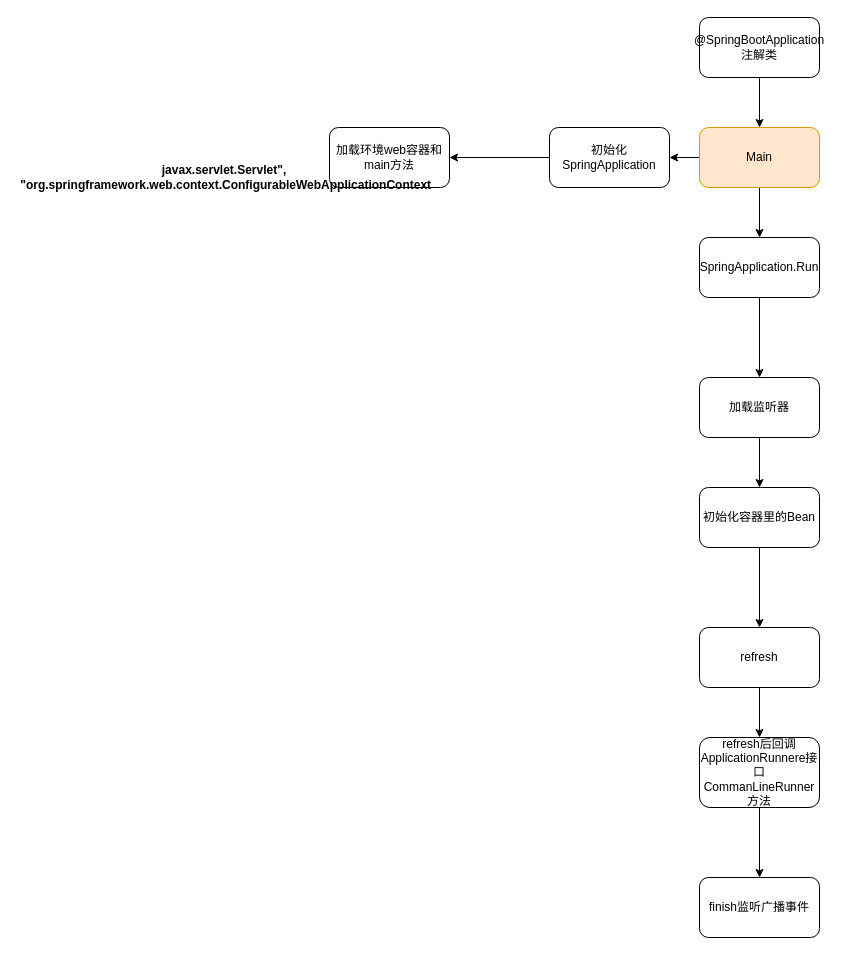
Before: Untitled Diagram.drawio in zhanshenzhi2008/diagrams, a draw.io diagram. Source tidied: cells renumbered, new cells numbered last; positions are measured from the earlier drawing's top-left corner, leaving out a move shared by most shapes. Both pictures are drawn from the tidied source at 100%, with x=0, y=0 at pixel (119, 17).
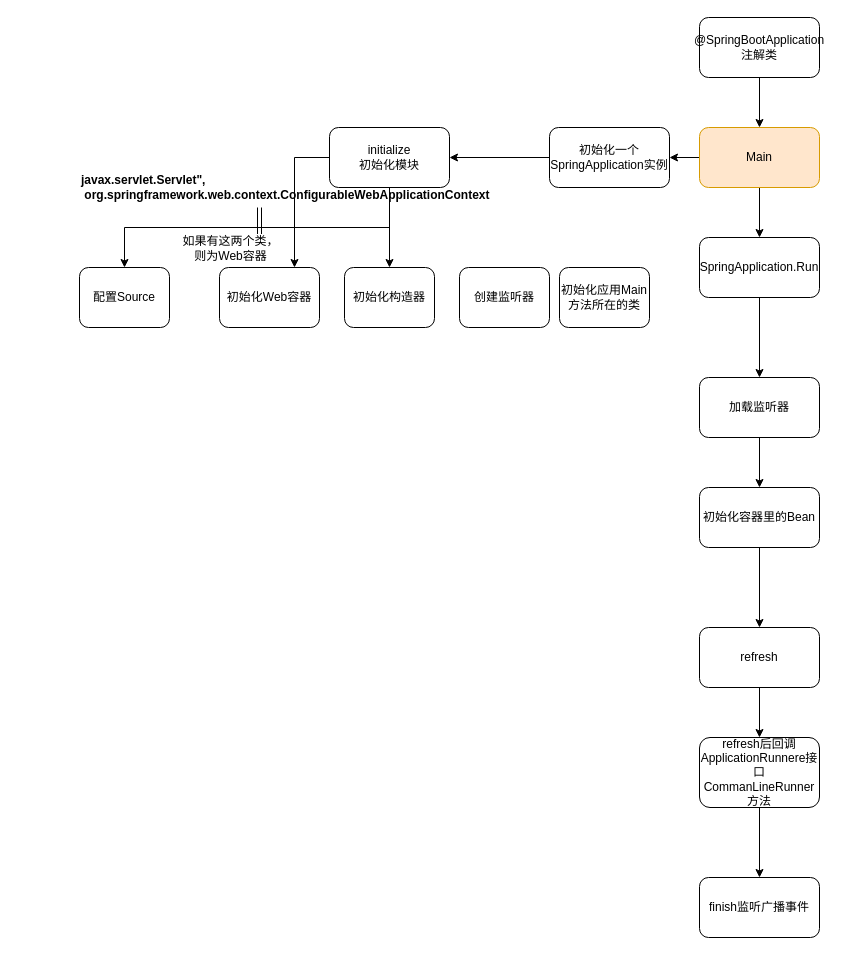
The same page after the edit.

Commit message:
初始化化过程

What changed in the source:
```diff
@@
-    <mxCell id="10" value="初始化SpringApplication" style="rounded=1;whiteSpace=wrap;html=1;" parent="1" vertex="1">
+    <mxCell id="10" value="初始化一个SpringApplication实例" style="rounded=1;whiteSpace=wrap;html=1;" parent="1" vertex="1">
       <mxGeometry x="430" y="110" width="120" height="60" as="geometry" />
     </mxCell>
+    <mxCell id="22" style="edgeStyle=orthogonalEdgeStyle;rounded=0;jettySize=auto;html=1;entryX=0.5;entryY=0;entryDx=0;entryDy=0;" parent="1" edge="1" source="11" target="25">
+      <mxGeometry relative="1" as="geometry">
+        <Array as="points">
+          <mxPoint x="270" y="210" />
+          <mxPoint x="5" y="210" />
+        </Array>
+      </mxGeometry>
+    </mxCell>
+    <mxCell id="23" style="edgeStyle=orthogonalEdgeStyle;rounded=0;jettySize=auto;html=1;entryX=0.75;entryY=0;entryDx=0;entryDy=0;" parent="1" edge="1" source="11" target="28">
+      <mxGeometry relative="1" as="geometry" />
+    </mxCell>
+    <mxCell id="24" style="rounded=0;jettySize=auto;html=1;entryX=0.5;entryY=0;entryDx=0;entryDy=0;" parent="1" edge="1" source="11" target="29">
+      <mxGeometry relative="1" as="geometry" />
+    </mxCell>
-    <mxCell id="11" value="加载环境web容器和main方法" style="rounded=1;whiteSpace=wrap;html=1;" parent="1" vertex="1">
+    <mxCell id="11" value="initialize&lt;br&gt;初始化模块" style="rounded=1;whiteSpace=wrap;html=1;" parent="1" vertex="1">
       <mxGeometry x="210" y="110" width="120" height="60" as="geometry" />
     </mxCell>
-    <mxCell id="12" value="&lt;div&gt;javax.servlet.Servlet&quot;,&lt;/div&gt;&lt;div&gt;&amp;nbsp;&quot;org.springframework.web.context.ConfigurableWebApplicationContext&lt;/div&gt;" style="text;html=1;strokeColor=none;fillColor=none;align=center;verticalAlign=middle;whiteSpace=wrap;rounded=0;fontStyle=1;" parent="1" vertex="1">
-      <mxGeometry y="150" width="210" height="20" as="geometry" />
+    <mxCell id="12" value="&lt;div&gt;javax.servlet.Servlet&quot;,&lt;/div&gt;&lt;div&gt;&amp;nbsp;org.springframework.web.context.ConfigurableWebApplicationContext&lt;/div&gt;" style="text;html=1;strokeColor=none;fillColor=none;align=left;verticalAlign=middle;whiteSpace=wrap;rounded=0;fontStyle=1;" parent="1" vertex="1">
+      <mxGeometry x="-40" y="160" width="210" height="20" as="geometry" />
     </mxCell>
@@
+    <mxCell id="25" value="配置Source" style="rounded=1;whiteSpace=wrap;html=1;" parent="1" vertex="1">
+      <mxGeometry x="-40" y="250" width="90" height="60" as="geometry" />
+    </mxCell>
+    <mxCell id="26" style="shape=link;rounded=0;orthogonalLoop=1;jettySize=auto;html=1;elbow=vertical;" parent="1" edge="1">
+      <mxGeometry relative="1" as="geometry">
+        <mxPoint x="140" y="240" as="sourcePoint" />
+        <mxPoint x="140" y="190" as="targetPoint" />
+      </mxGeometry>
+    </mxCell>
+    <mxCell id="27" value="如果有这两个类，&lt;br&gt;则为Web容器" style="text;html=1;align=center;verticalAlign=middle;labelBackgroundColor=#ffffff;" parent="26" vertex="1">
+      <mxGeometry x="-0.07" y="2" relative="1" as="geometry">
+        <mxPoint x="-28" y="13" as="offset" />
+      </mxGeometry>
+    </mxCell>
+    <mxCell id="28" value="初始化Web容器" style="rounded=1;whiteSpace=wrap;html=1;" parent="1" vertex="1">
+      <mxGeometry x="100" y="250" width="100" height="60" as="geometry" />
+    </mxCell>
+    <mxCell id="29" value="初始化构造器" style="rounded=1;whiteSpace=wrap;html=1;" parent="1" vertex="1">
+      <mxGeometry x="225" y="250" width="90" height="60" as="geometry" />
+    </mxCell>
+    <mxCell id="30" value="创建监听器" style="rounded=1;whiteSpace=wrap;html=1;" parent="1" vertex="1">
+      <mxGeometry x="340" y="250" width="90" height="60" as="geometry" />
+    </mxCell>
+    <mxCell id="31" value="初始化应用Main方法所在的类" style="rounded=1;whiteSpace=wrap;html=1;" parent="1" vertex="1">
+      <mxGeometry x="440" y="250" width="90" height="60" as="geometry" />
+    </mxCell>
```
